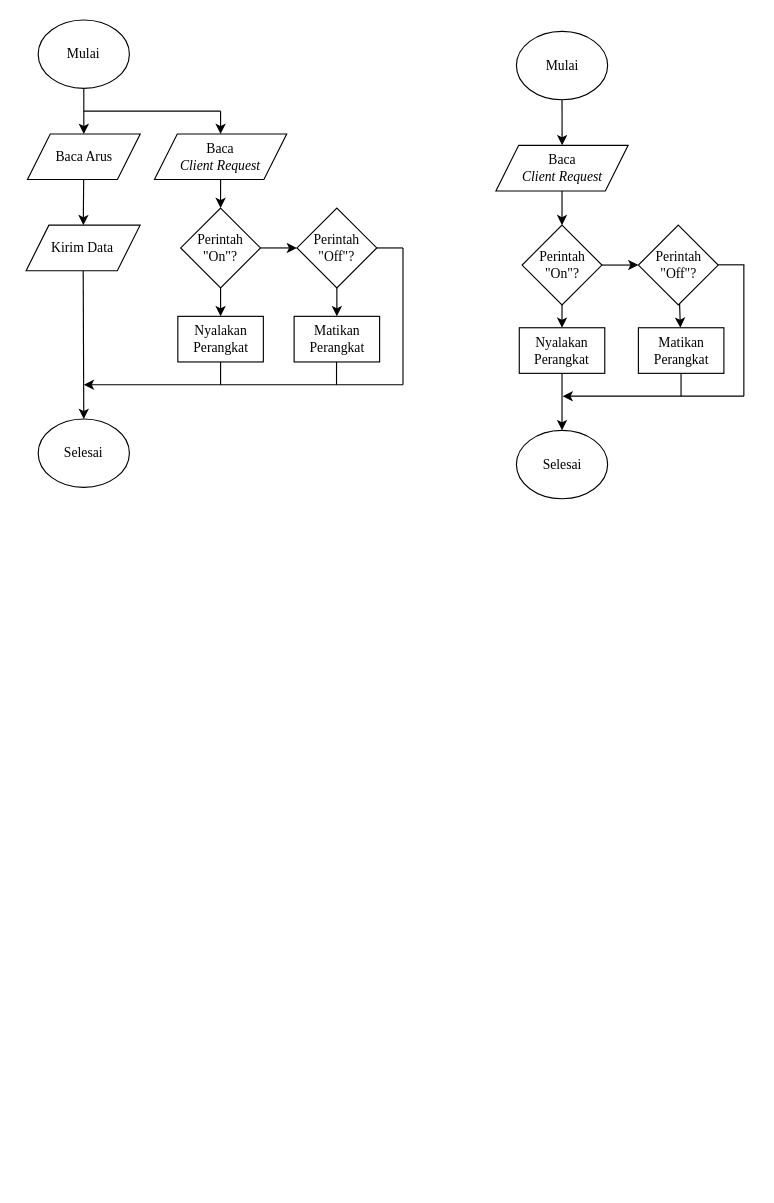
m-arson/lala keeps this draw.io diagram as Flowchat Smart Plug.drawio. Above is the earlier version. Source tidied: cells renumbered, new cells numbered last; positions are measured from the earlier drawing's top-left corner, leaving out a move shared by most shapes. Both pictures are drawn from the tidied source at 114%, with x=0, y=0 at pixel (25, 19).
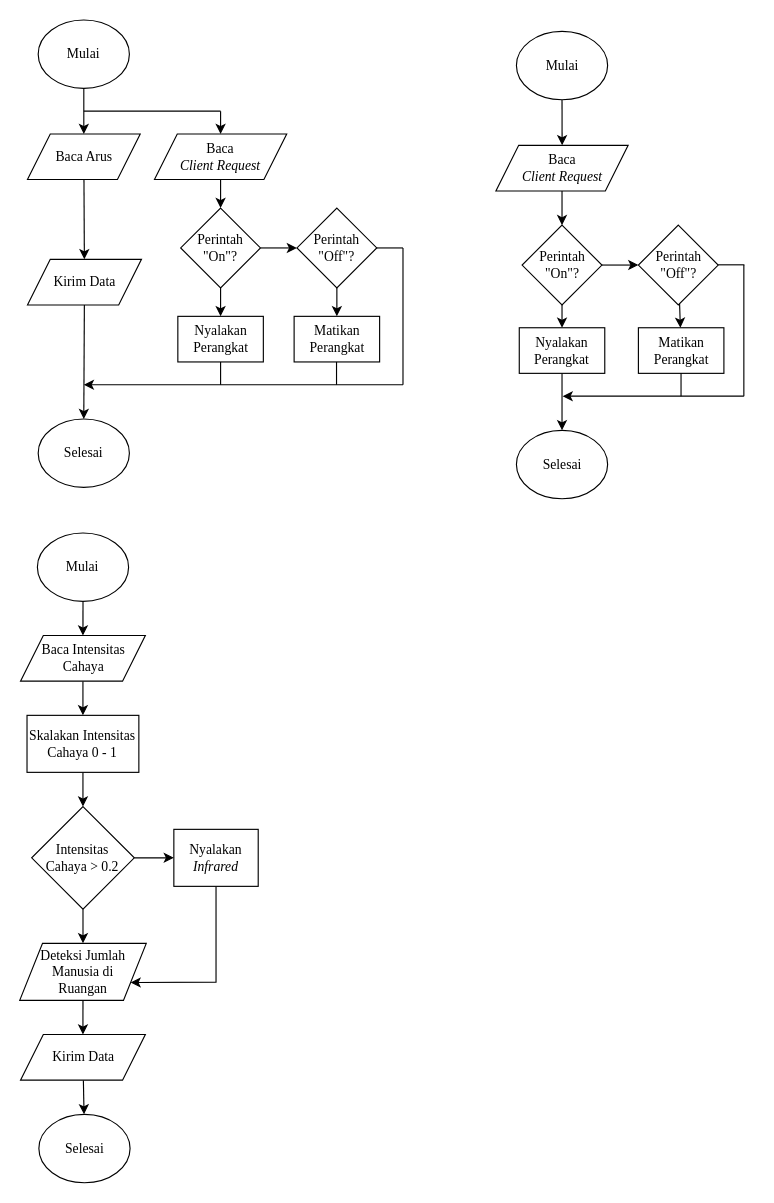
The same page after the edit.

Change to the diagram source:
```diff
@@
     <mxCell id="10" value="&lt;font face=&quot;Times New Roman&quot;&gt;Kirim Data&lt;/font&gt;" style="shape=parallelogram;perimeter=parallelogramPerimeter;whiteSpace=wrap;html=1;fixedSize=1;" parent="1" vertex="1">
-      <mxGeometry x="0.4" y="180" width="100" height="40" as="geometry" />
+      <mxGeometry x="1.6" y="210" width="100" height="40" as="geometry" />
     </mxCell>
@@
+    <mxCell id="42" style="edgeStyle=none;rounded=0;jettySize=auto;html=1;" parent="1" edge="1" source="43" target="45">
+      <mxGeometry relative="1" as="geometry" />
+    </mxCell>
+    <mxCell id="43" value="&lt;font face=&quot;Times New Roman&quot;&gt;Mulai&lt;/font&gt;" style="ellipse;whiteSpace=wrap;html=1;" parent="1" vertex="1">
+      <mxGeometry x="10.3" y="450" width="80" height="60" as="geometry" />
+    </mxCell>
+    <mxCell id="44" style="edgeStyle=none;rounded=0;jettySize=auto;html=1;" parent="1" edge="1" source="45" target="47">
+      <mxGeometry relative="1" as="geometry" />
+    </mxCell>
+    <mxCell id="45" value="&lt;font face=&quot;Times New Roman&quot;&gt;Baca Intensitas Cahaya&lt;/font&gt;" style="shape=parallelogram;perimeter=parallelogramPerimeter;whiteSpace=wrap;html=1;fixedSize=1;" parent="1" vertex="1">
+      <mxGeometry x="-4.5" y="540" width="109.5" height="40" as="geometry" />
+    </mxCell>
+    <mxCell id="46" style="edgeStyle=none;rounded=0;jettySize=auto;html=1;" parent="1" edge="1" source="47" target="50">
+      <mxGeometry relative="1" as="geometry" />
+    </mxCell>
+    <mxCell id="47" value="&lt;font face=&quot;Times New Roman&quot;&gt;Skalakan Intensitas Cahaya 0 - 1&lt;/font&gt;" style="rounded=0;whiteSpace=wrap;html=1;" parent="1" vertex="1">
+      <mxGeometry x="1.2" y="610" width="98.1" height="50" as="geometry" />
+    </mxCell>
+    <mxCell id="48" style="edgeStyle=none;rounded=0;jettySize=auto;html=1;" parent="1" edge="1" source="50" target="52">
+      <mxGeometry relative="1" as="geometry" />
+    </mxCell>
+    <mxCell id="49" style="edgeStyle=none;rounded=0;jettySize=auto;html=1;" parent="1" edge="1" source="50" target="54">
+      <mxGeometry relative="1" as="geometry" />
+    </mxCell>
+    <mxCell id="50" value="&lt;font face=&quot;Times New Roman&quot;&gt;Intensitas&lt;br&gt;Cahaya&amp;nbsp;&amp;gt; 0.2&lt;/font&gt;" style="rhombus;whiteSpace=wrap;html=1;" parent="1" vertex="1">
+      <mxGeometry x="5.3" y="690" width="90" height="90" as="geometry" />
+    </mxCell>
+    <mxCell id="51" style="edgeStyle=none;rounded=0;jettySize=auto;html=1;exitX=0.5;exitY=1;exitDx=0;exitDy=0;entryX=1;entryY=0.75;entryDx=0;entryDy=0;" parent="1" edge="1" source="52" target="54">
+      <mxGeometry relative="1" as="geometry">
+        <Array as="points">
+          <mxPoint x="167" y="844" />
+        </Array>
+      </mxGeometry>
+    </mxCell>
+    <mxCell id="52" value="&lt;font face=&quot;Times New Roman&quot;&gt;Nyalakan &lt;i&gt;Infrared&lt;/i&gt;&lt;/font&gt;" style="rounded=0;whiteSpace=wrap;html=1;" parent="1" vertex="1">
+      <mxGeometry x="130" y="710" width="74" height="50" as="geometry" />
+    </mxCell>
+    <mxCell id="53" style="edgeStyle=none;rounded=0;jettySize=auto;html=1;" parent="1" edge="1" source="54" target="56">
+      <mxGeometry relative="1" as="geometry" />
+    </mxCell>
+    <mxCell id="54" value="&lt;font face=&quot;Times New Roman&quot;&gt;Deteksi Jumlah Manusia di&lt;br&gt;Ruangan&lt;/font&gt;" style="shape=parallelogram;perimeter=parallelogramPerimeter;whiteSpace=wrap;html=1;fixedSize=1;" parent="1" vertex="1">
+      <mxGeometry x="-5.2" y="810" width="111" height="50" as="geometry" />
+    </mxCell>
+    <mxCell id="55" style="edgeStyle=none;rounded=0;jettySize=auto;html=1;" parent="1" edge="1" source="56" target="57">
+      <mxGeometry relative="1" as="geometry" />
+    </mxCell>
+    <mxCell id="56" value="&lt;font face=&quot;Times New Roman&quot;&gt;Kirim Data&lt;/font&gt;" style="shape=parallelogram;perimeter=parallelogramPerimeter;whiteSpace=wrap;html=1;fixedSize=1;" parent="1" vertex="1">
+      <mxGeometry x="-4.5" y="890" width="109.5" height="40" as="geometry" />
+    </mxCell>
+    <mxCell id="57" value="&lt;font face=&quot;Times New Roman&quot;&gt;Selesai&lt;/font&gt;" style="ellipse;whiteSpace=wrap;html=1;" parent="1" vertex="1">
+      <mxGeometry x="11.6" y="960" width="80" height="60" as="geometry" />
+    </mxCell>
```
